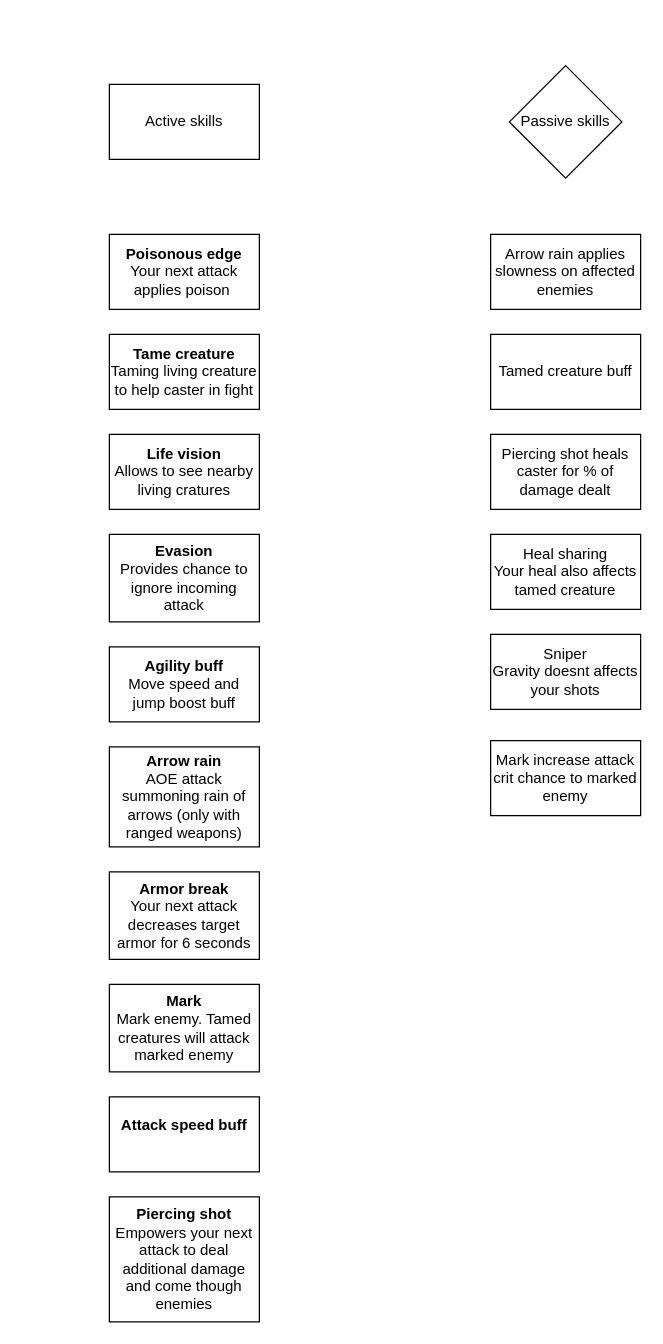
Above: page "Ranger skills" (5 of 11) of Solaris.drawio in x3rdev/solaris (draw.io), before the change. Source tidied: cells renumbered, new cells numbered last; positions are measured from the earlier drawing's top-left corner, leaving out a move shared by most shapes. Both pictures are drawn from the tidied source at 125%, with x=0, y=0 at pixel (109, 65).
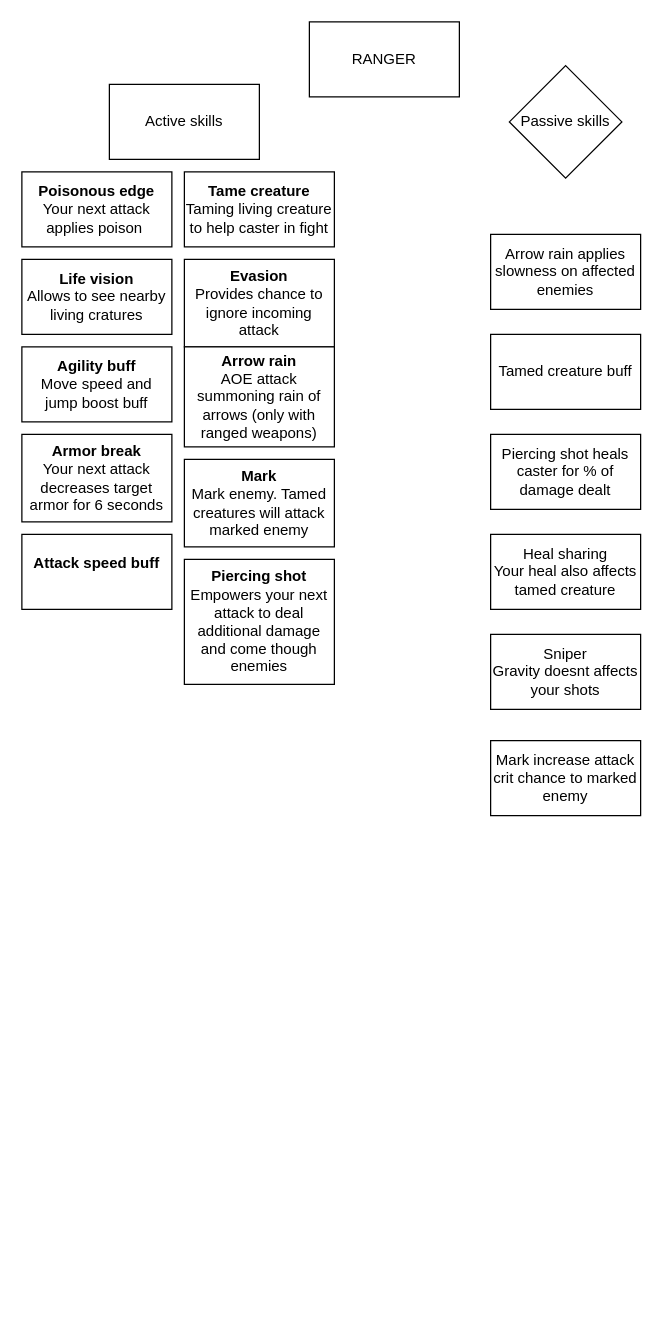
After the change.

Diff of the diagram source:
```diff
@@
     <mxCell id="4" value="&lt;b&gt;Poisonous edge&lt;/b&gt;&lt;br&gt;Your next attack applies poison&amp;nbsp;" style="rounded=0;whiteSpace=wrap;html=1;" parent="1" vertex="1">
-      <mxGeometry y="135" width="120" height="60" as="geometry" />
+      <mxGeometry x="-70" y="85" width="120" height="60" as="geometry" />
     </mxCell>
@@
     <mxCell id="6" value="&lt;b&gt;Tame creature&lt;/b&gt;&lt;br&gt;Taming living creature to help caster in fight" style="rounded=0;whiteSpace=wrap;html=1;" parent="1" vertex="1">
-      <mxGeometry y="215" width="120" height="60" as="geometry" />
+      <mxGeometry x="60" y="85" width="120" height="60" as="geometry" />
     </mxCell>
     <mxCell id="7" value="Life vision&lt;br&gt;&lt;span style=&quot;font-weight: normal;&quot;&gt;Allows to see nearby living cratures&lt;/span&gt;" style="rounded=0;whiteSpace=wrap;html=1;fontStyle=1;" parent="1" vertex="1">
-      <mxGeometry y="295" width="120" height="60" as="geometry" />
+      <mxGeometry x="-70" y="155" width="120" height="60" as="geometry" />
     </mxCell>
     <mxCell id="8" value="Evasion&lt;br&gt;&lt;span style=&quot;font-weight: normal;&quot;&gt;Provides chance to ignore incoming attack&lt;/span&gt;" style="rounded=0;whiteSpace=wrap;html=1;fontStyle=1;" parent="1" vertex="1">
-      <mxGeometry y="375" width="120" height="70" as="geometry" />
+      <mxGeometry x="60" y="155" width="120" height="70" as="geometry" />
     </mxCell>
     <mxCell id="9" value="Agility buff&lt;br&gt;&lt;span style=&quot;font-weight: normal;&quot;&gt;Move speed and jump boost buff&lt;/span&gt;" style="rounded=0;whiteSpace=wrap;html=1;fontStyle=1;" parent="1" vertex="1">
-      <mxGeometry y="465" width="120" height="60" as="geometry" />
+      <mxGeometry x="-70" y="225" width="120" height="60" as="geometry" />
     </mxCell>
     <mxCell id="10" value="Arrow rain&lt;br&gt;&lt;span style=&quot;font-weight: normal;&quot;&gt;AOE attack summoning rain of arrows (only with ranged weapons)&lt;/span&gt;" style="rounded=0;whiteSpace=wrap;html=1;fontStyle=1;" parent="1" vertex="1">
-      <mxGeometry y="545" width="120" height="80" as="geometry" />
+      <mxGeometry x="60" y="225" width="120" height="80" as="geometry" />
     </mxCell>
     <mxCell id="11" value="Armor break&lt;br&gt;&lt;span style=&quot;font-weight: 400;&quot;&gt;Your next attack decreases target armor for 6 seconds&lt;/span&gt;" style="rounded=0;whiteSpace=wrap;html=1;fontStyle=1;" parent="1" vertex="1">
-      <mxGeometry y="645" width="120" height="70" as="geometry" />
+      <mxGeometry x="-70" y="295" width="120" height="70" as="geometry" />
     </mxCell>
     <mxCell id="12" value="Mark&lt;br&gt;&lt;span style=&quot;font-weight: normal;&quot;&gt;Mark enemy. Tamed creatures will attack marked enemy&lt;/span&gt;" style="rounded=0;whiteSpace=wrap;html=1;fontStyle=1;" parent="1" vertex="1">
-      <mxGeometry y="735" width="120" height="70" as="geometry" />
+      <mxGeometry x="60" y="315" width="120" height="70" as="geometry" />
     </mxCell>
     <mxCell id="13" value="Attack speed buff&lt;br&gt;&lt;span style=&quot;font-weight: normal;&quot;&gt;&lt;br&gt;&lt;/span&gt;" style="rounded=0;whiteSpace=wrap;html=1;fontStyle=1;" parent="1" vertex="1">
-      <mxGeometry y="825" width="120" height="60" as="geometry" />
+      <mxGeometry x="-70" y="375" width="120" height="60" as="geometry" />
     </mxCell>
     <mxCell id="14" value="Piercing shot&lt;br&gt;&lt;span style=&quot;font-weight: normal;&quot;&gt;Empowers your next attack to deal additional damage and come though enemies&lt;br&gt;&lt;/span&gt;" style="rounded=0;whiteSpace=wrap;html=1;fontStyle=1;" parent="1" vertex="1">
-      <mxGeometry y="905" width="120" height="100" as="geometry" />
+      <mxGeometry x="60" y="395" width="120" height="100" as="geometry" />
     </mxCell>
@@
+    <mxCell id="20" value="RANGER" style="rounded=0;whiteSpace=wrap;html=1;" parent="1" vertex="1">
+      <mxGeometry x="160" y="-35" width="120" height="60" as="geometry" />
+    </mxCell>
```
